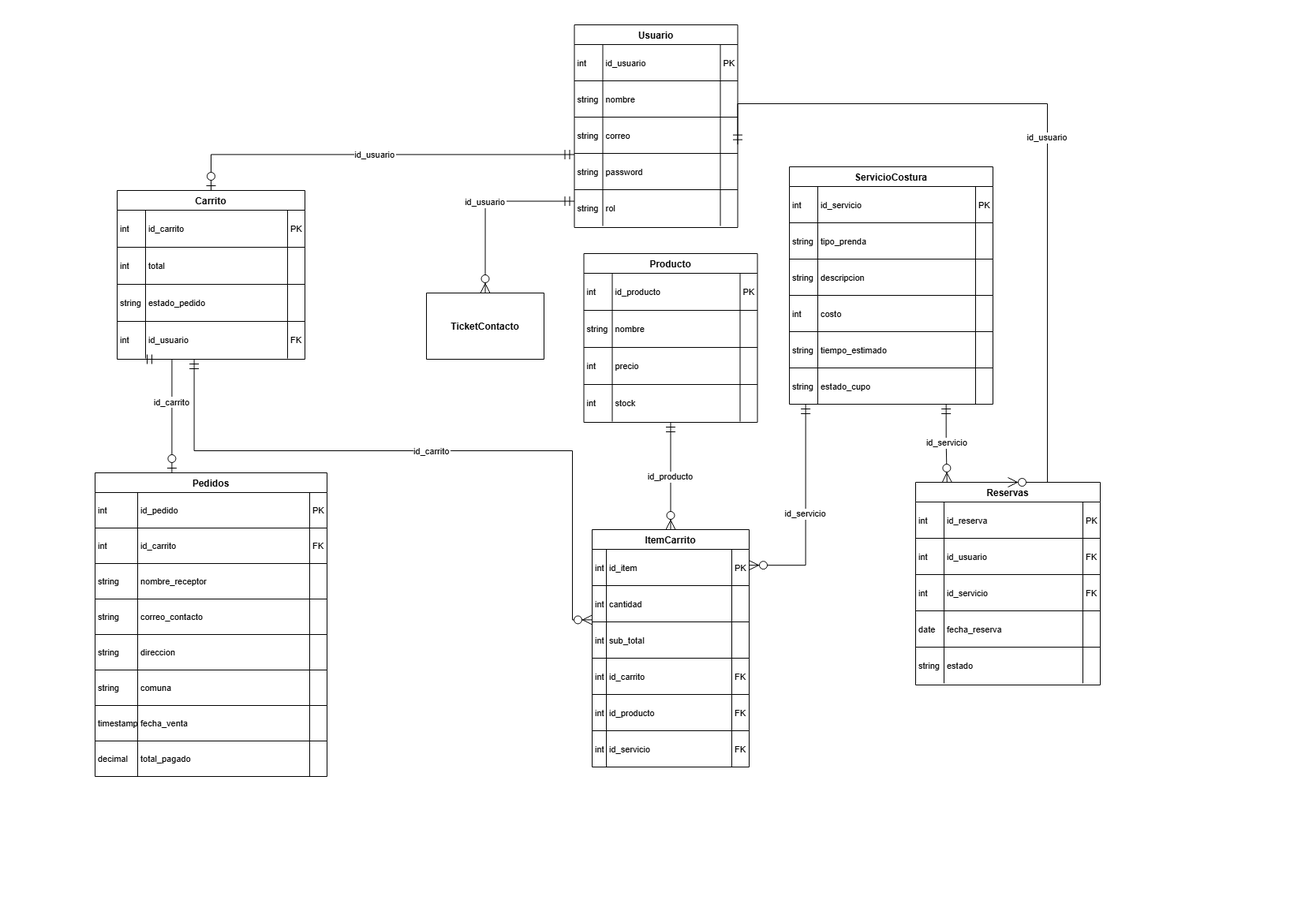
Earlier version of the draw.io export Documentacion/Diagrama de clases.png (Cristian-Ormazabal/Digitalizacion-Cosarbo). Source tidied: cells renumbered, new cells last; positions are measured from the earlier drawing's top-left corner, leaving out a move shared by most shapes.
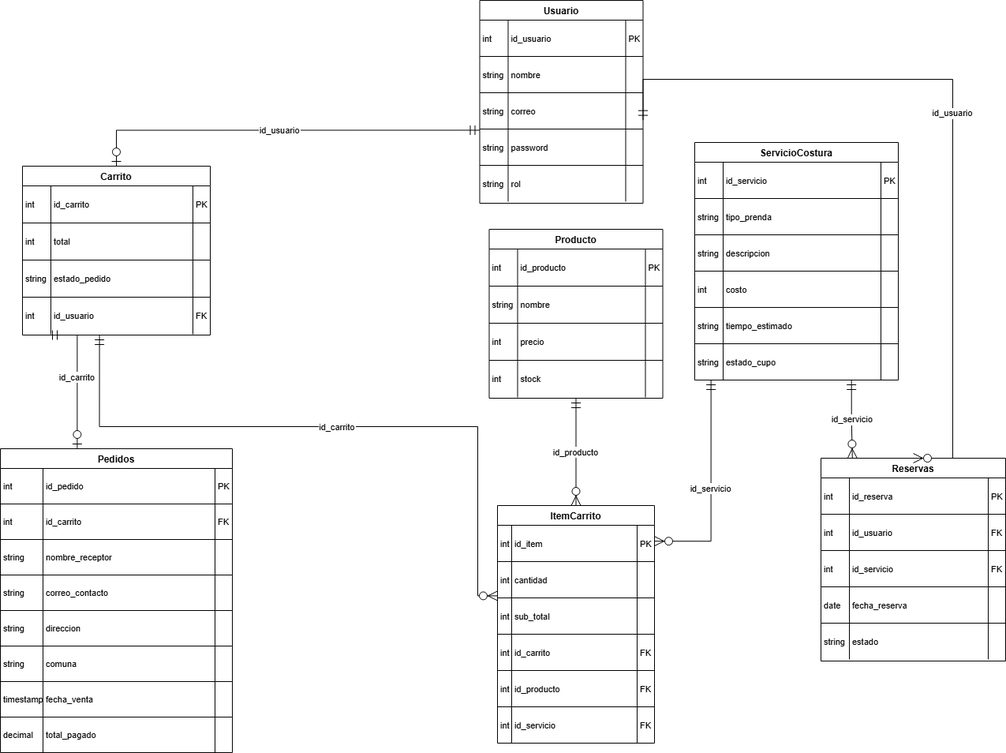
After the commit.

Change to the diagram source:
```diff
@@ -116,9 +116,6 @@
     <mxCell id="39" value="FK" style="shape=partialRectangle;fillColor=none;top=0;left=0;bottom=0;right=0;align=left;spacingLeft=2;overflow=hidden;fontSize=11;" parent="36" vertex="1">
       <mxGeometry x="216" width="22" height="47" as="geometry" />
     </mxCell>
-    <mxCell id="40" value="TicketContacto" style="shape=table;startSize=84;rowLines=1;fontStyle=1;align=center;" parent="1" vertex="1">
-      <mxGeometry x="420" y="340" width="149" height="84" as="geometry" />
-    </mxCell>
     <mxCell id="41" value="Reservas" style="shape=table;startSize=25;rowLines=1;fontStyle=1;align=center;" parent="1" vertex="1">
       <mxGeometry x="1040" y="580" width="234" height="257" as="geometry" />
     </mxCell>
@@ -485,9 +482,6 @@
     <mxCell id="162" value="id_usuario" style="startArrow=ERmandOne;startSize=10;endArrow=ERzeroToOne;endSize=10;exitX=0;exitY=0.64;entryX=0.5;entryY=0;rounded=0;edgeStyle=orthogonalEdgeStyle;" parent="1" edge="1" source="2" target="23">
       <mxGeometry relative="1" as="geometry" />
     </mxCell>
-    <mxCell id="163" value="id_usuario" style="startArrow=ERmandOne;startSize=10;endArrow=ERzeroToMany;endSize=10;exitX=0;exitY=0.87;entryX=0.5;entryY=0;rounded=0;edgeStyle=orthogonalEdgeStyle;" parent="1" edge="1" source="2" target="40">
-      <mxGeometry relative="1" as="geometry" />
-    </mxCell>
     <mxCell id="164" value="id_usuario" style="startArrow=ERmandOne;startSize=10;endArrow=ERzeroToMany;endSize=10;exitX=1;exitY=0.59;entryX=0.5;entryY=0;rounded=0;edgeStyle=orthogonalEdgeStyle;" parent="1" edge="1" source="2" target="41">
       <mxGeometry relative="1" as="geometry">
         <Array as="points">
```
